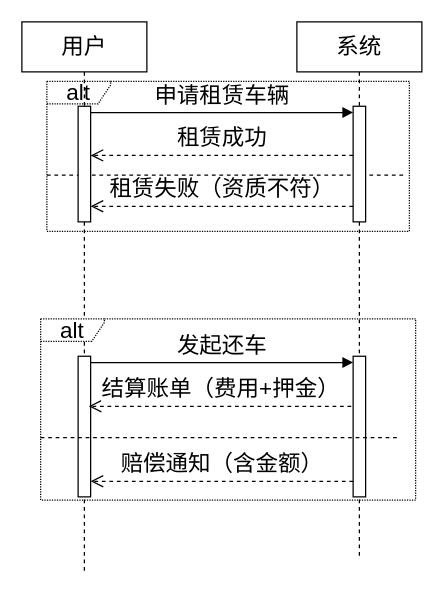
Before: page "图3-5" (3 of 7) of 时序图.drawio in blackjack2022/draw.io, a draw.io diagram. Source tidied: cells renumbered, new cells numbered last; positions are measured from the earlier drawing's top-left corner, leaving out a move shared by most shapes. Both pictures are drawn from the tidied source at 125%, with x=0, y=0 at pixel (21, 21).
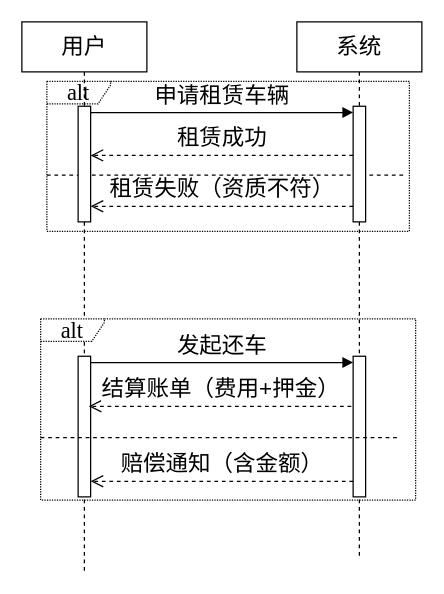
After the change.

Diff of the diagram source:
```diff
@@
-    <mxCell id="2" value="alt" style="shape=umlFrame;whiteSpace=wrap;html=1;width=51;dashed=1;height=18;fontSize=18;fontFamily=宋体;dashPattern=1 1;" parent="1" vertex="1">
+    <mxCell id="2" value="&lt;font face=&quot;Times New Roman&quot;&gt;alt&lt;/font&gt;" style="shape=umlFrame;whiteSpace=wrap;html=1;width=51;dashed=1;height=18;fontSize=18;fontFamily=宋体;dashPattern=1 1;" parent="1" vertex="1">
       <mxGeometry x="20" y="47.5" width="290" height="120" as="geometry" />
     </mxCell>
@@
-    <mxCell id="15" value="alt" style="shape=umlFrame;whiteSpace=wrap;html=1;width=51;dashed=1;height=18;fontSize=18;fontFamily=宋体;dashPattern=1 1;" parent="1" vertex="1">
+    <mxCell id="15" value="&lt;font face=&quot;Times New Roman&quot;&gt;alt&lt;/font&gt;" style="shape=umlFrame;whiteSpace=wrap;html=1;width=51;dashed=1;height=18;fontSize=18;fontFamily=宋体;dashPattern=1 1;" parent="1" vertex="1">
       <mxGeometry x="15" y="237.5" width="300" height="145" as="geometry" />
     </mxCell>
```
